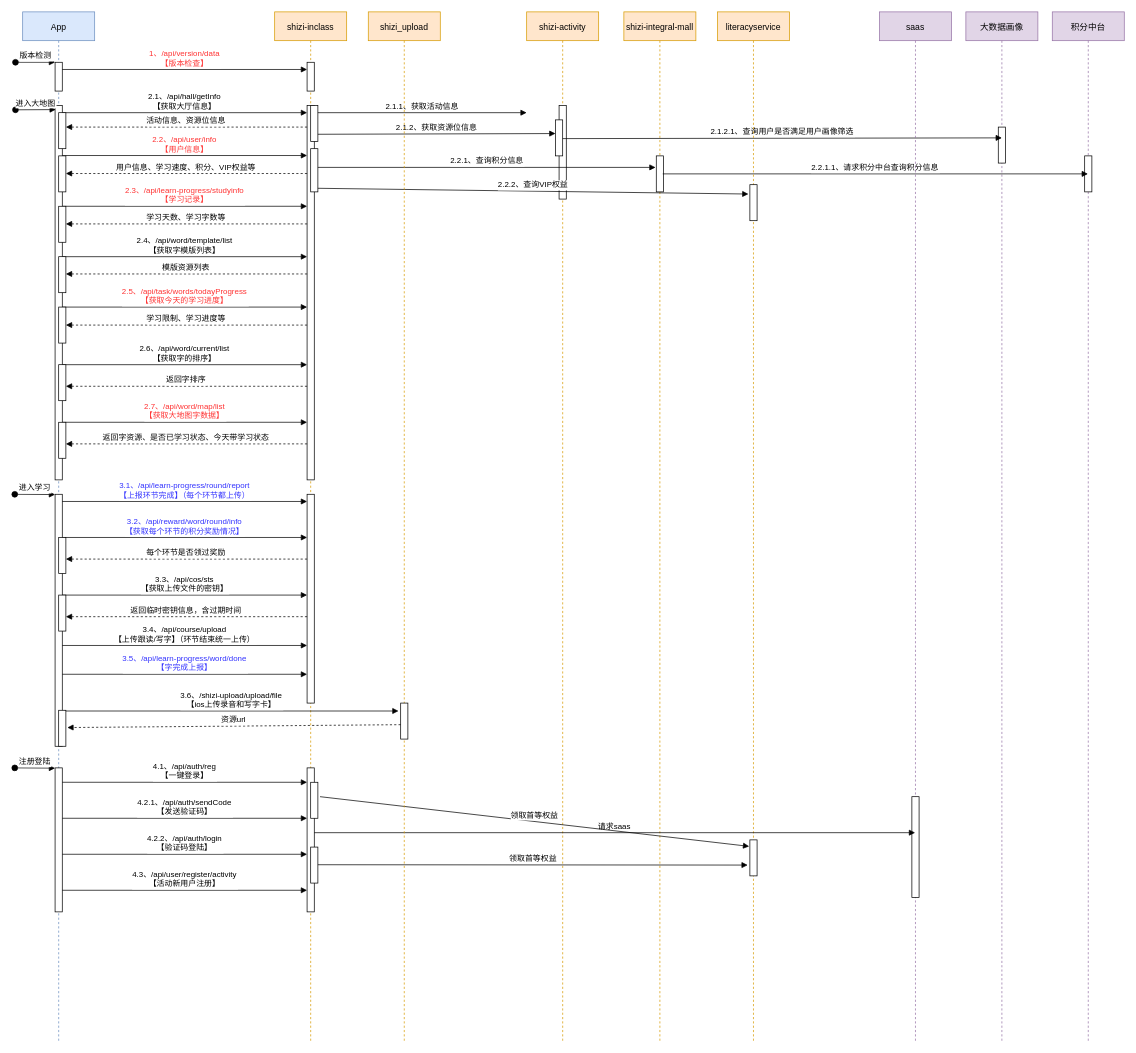
Before: 识字主流程时序图.drawio in wgyuuu/flow_chart, a draw.io diagram. Source tidied: cells renumbered, new cells numbered last; positions are measured from the earlier drawing's top-left corner, leaving out a move shared by most shapes. Both pictures are drawn from the tidied source at 72%, with x=0, y=0 at pixel (14, 12).
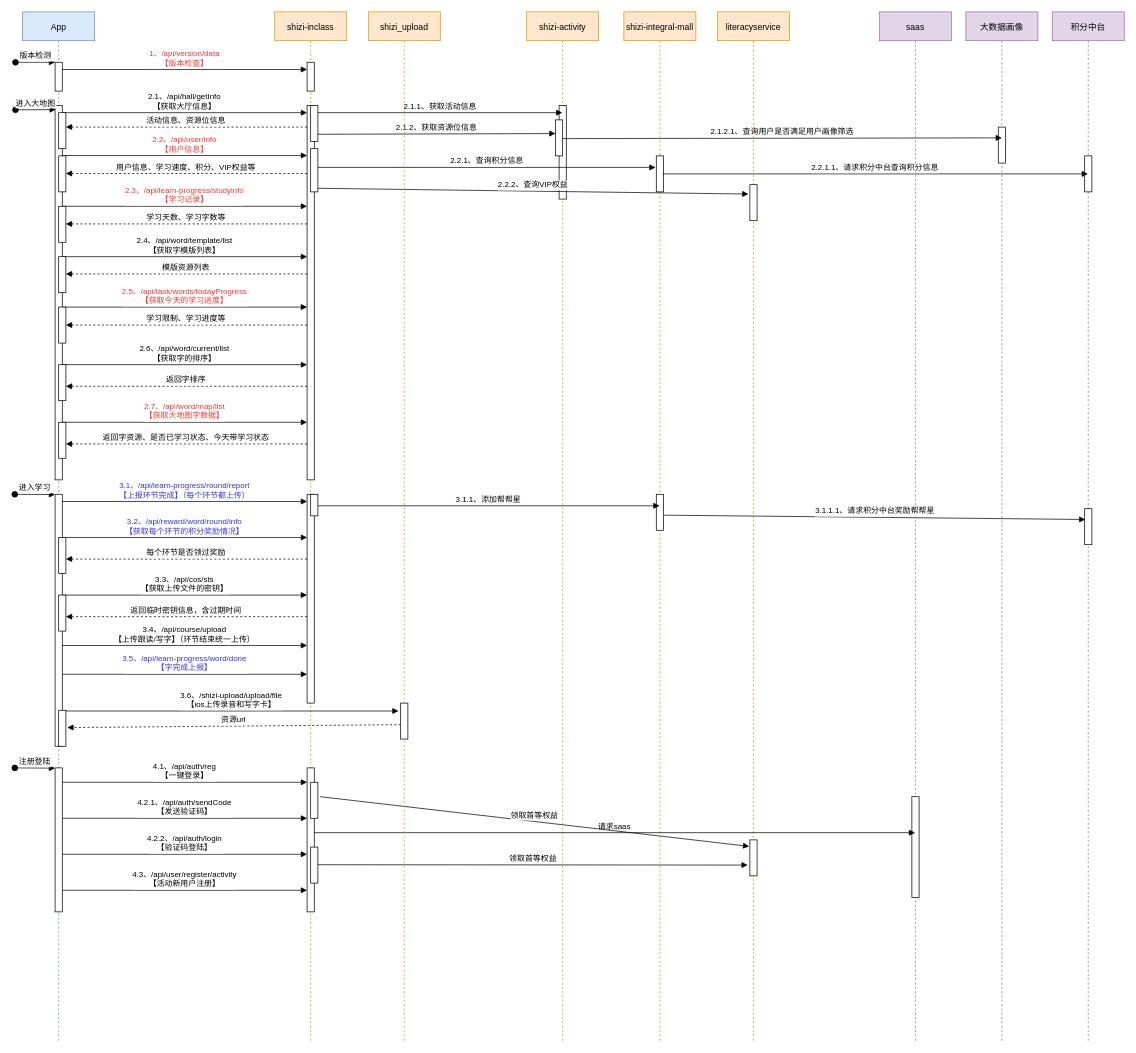
Above is the later version.

Commit message:
Update 识字主流程时序图.drawio

The change refers to these unchanged cells:
```xml
<mxCell id="51" value="shizi-activity" style="shape=umlLifeline;perimeter=lifelinePerimeter;rounded=0;shadow=0;strokeWidth=1;fillColor=#ffe6cc;strokeColor=#d79b00;" parent="1" vertex="1">
  <mxGeometry x="711" width="100" height="1430" as="geometry" />
</mxCell>
<mxCell id="56" value="shizi-integral-mall" style="shape=umlLifeline;perimeter=lifelinePerimeter;rounded=0;shadow=0;strokeWidth=1;fillColor=#ffe6cc;strokeColor=#d79b00;" parent="1" vertex="1">
  <mxGeometry x="846" width="100" height="1430" as="geometry" />
</mxCell>
```

The edit, as a diff of the source:
```diff
@@
-    <mxCell id="54" value="2.1.1、获取活动信息" style="verticalAlign=bottom;endArrow=block;shadow=0;strokeWidth=1;" parent="1" edge="1">
+    <mxCell id="54" value="2.1.1、获取活动信息" style="verticalAlign=bottom;endArrow=block;shadow=0;strokeWidth=1;" parent="1" edge="1" target="51">
       <mxGeometry relative="1" as="geometry">
         <mxPoint x="421" y="140" as="sourcePoint" />
-        <mxPoint x="711" y="140" as="targetPoint" />
       </mxGeometry>
     </mxCell>
@@
+    <mxCell id="83" style="points=[];perimeter=orthogonalPerimeter;rounded=0;shadow=0;strokeWidth=1;" parent="1" vertex="1">
+      <mxGeometry x="891" y="670" width="10" height="50" as="geometry" />
+    </mxCell>
+    <mxCell id="84" value="3.1.1、添加帮帮星" style="verticalAlign=bottom;endArrow=block;shadow=0;strokeWidth=1;exitX=0.9;exitY=0.533;exitDx=0;exitDy=0;exitPerimeter=0;" parent="1" edge="1" source="85" target="56">
+      <mxGeometry relative="1" as="geometry" />
+    </mxCell>
+    <mxCell id="85" style="points=[];perimeter=orthogonalPerimeter;rounded=0;shadow=0;strokeWidth=1;" parent="1" vertex="1">
+      <mxGeometry x="411" y="670" width="10" height="30" as="geometry" />
+    </mxCell>
+    <mxCell id="86" style="points=[];perimeter=orthogonalPerimeter;rounded=0;shadow=0;strokeWidth=1;" parent="1" vertex="1">
+      <mxGeometry x="1486" y="690" width="10" height="50" as="geometry" />
+    </mxCell>
+    <mxCell id="87" value="3.1.1.1、请求积分中台奖励帮帮星" style="verticalAlign=bottom;endArrow=block;shadow=0;strokeWidth=1;exitX=1.1;exitY=0.58;exitDx=0;exitDy=0;exitPerimeter=0;entryX=0.1;entryY=0.3;entryDx=0;entryDy=0;entryPerimeter=0;" parent="1" edge="1" source="83" target="86">
+      <mxGeometry relative="1" as="geometry" />
+    </mxCell>
```
